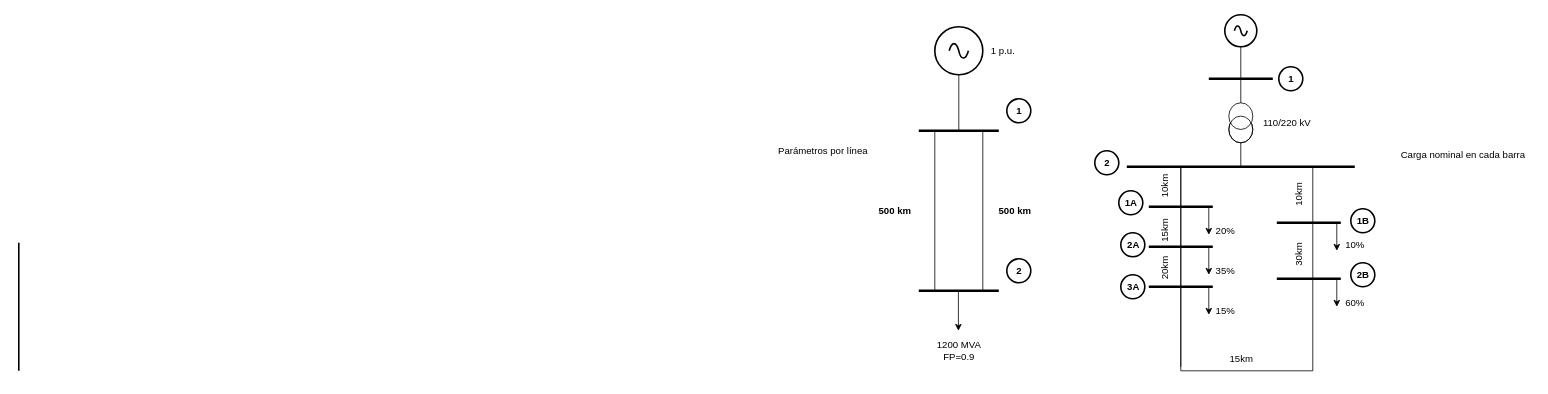
Before: Diagrama sin título.drawio in ALANRODRIGUEZA/G4A_SEP1-A_S12024, a draw.io diagram. Source tidied: cells renumbered, new cells numbered last; positions are measured from the earlier drawing's top-left corner, leaving out a move shared by most shapes. Both pictures are drawn from the tidied source at 80%, with x=0, y=0 at pixel (14, 14).
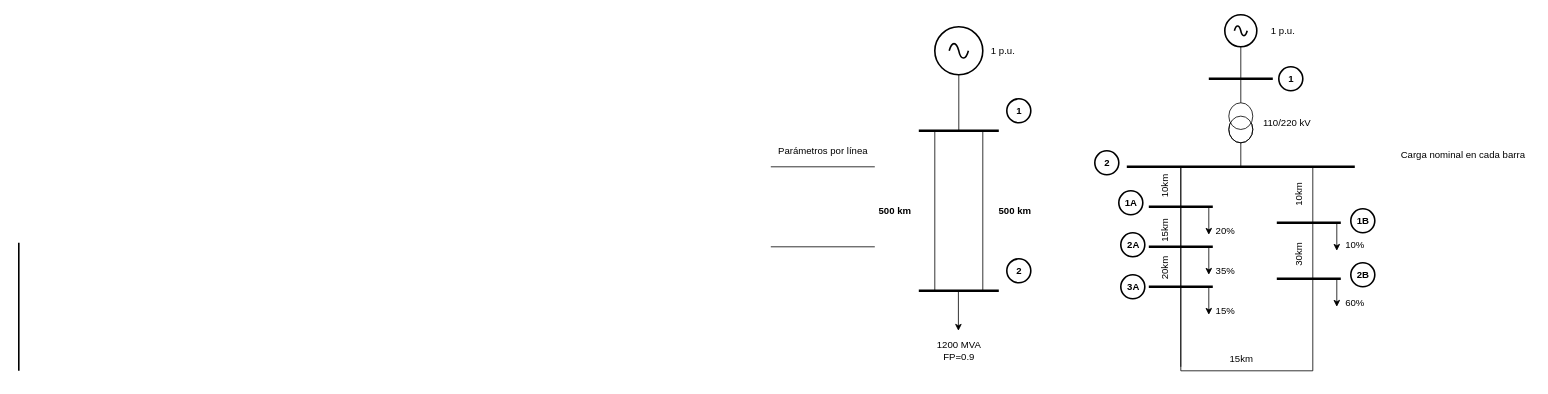
Above is the later version.

Diff of the diagram source:
```diff
@@
+    <mxCell id="67" style="verticalLabelPosition=bottom;shadow=0;dashed=0;align=center;html=1;verticalAlign=top;shape=mxgraph.electrical.transmission.2_line_bus;fontSize=11;fontColor=#CCCCCC;labelBorderColor=#CCCCCC;whiteSpace=wrap;" parent="1" vertex="1">
+      <mxGeometry x="945" y="190" width="130" height="100" as="geometry" />
+    </mxCell>
+    <mxCell id="68" value="1 p.u." style="text;html=1;align=center;verticalAlign=middle;strokeColor=none;fillColor=none;" parent="1" vertex="1">
+      <mxGeometry x="1560" y="5" width="50" height="30" as="geometry" />
+    </mxCell>
```
